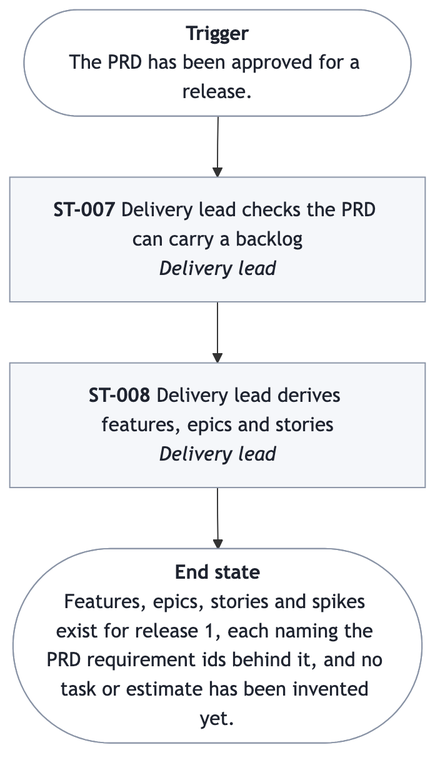
Earlier version of the Mermaid export docs/prd/prd-forge/diagrams/J-002.png (SpillwaveSolutions/prd-forge). Its source is kept beside it as docs/prd/prd-forge/diagrams/J-002.mmd.
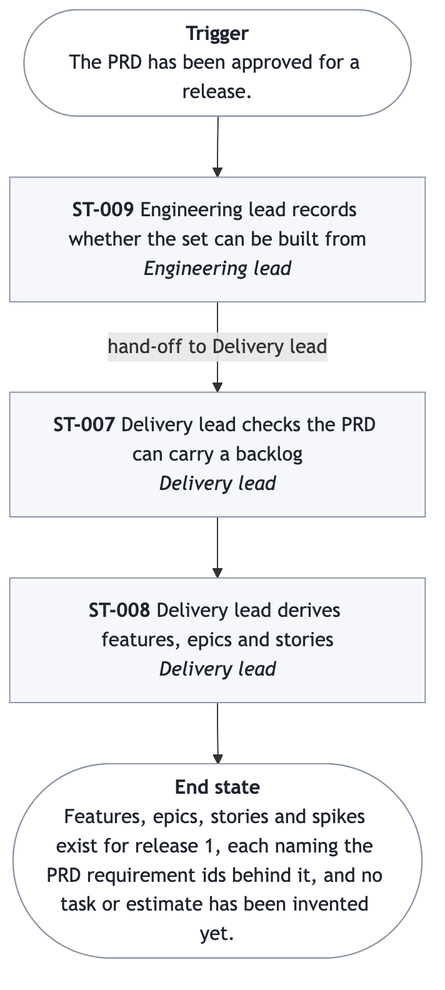
Above is the later version.

Change to the diagram source:
```diff
@@ -1,13 +1,15 @@
 %%{init: {"flowchart": {"wrappingWidth": 280}}}%%
 flowchart TB
   start(["<b>Trigger</b><br/>The PRD has been approved for a release."])
+  ST009["<b>ST-009</b> Engineering lead records whether the set can be built from<br/><i>Engineering lead</i>"]
   ST007["<b>ST-007</b> Delivery lead checks the PRD can carry a backlog<br/><i>Delivery lead</i>"]
   ST008["<b>ST-008</b> Delivery lead derives features, epics and stories<br/><i>Delivery lead</i>"]
   done(["<b>End state</b><br/>Features, epics, stories and spikes exist for release 1, each naming the PRD requirement ids behind it, and no task or estimate has been invented yet."])
-  start --> ST007
+  start --> ST009
+  ST009 -->|"hand-off to Delivery lead"| ST007
   ST007 --> ST008
   ST008 --> done
   classDef stage fill:#F5F7FA,stroke:#8A94A6,color:#1F2430
   classDef ends fill:#FFFFFF,stroke:#8A94A6,color:#1F2430
-  class ST007,ST008 stage
+  class ST009,ST007,ST008 stage
   class start,done ends
```
